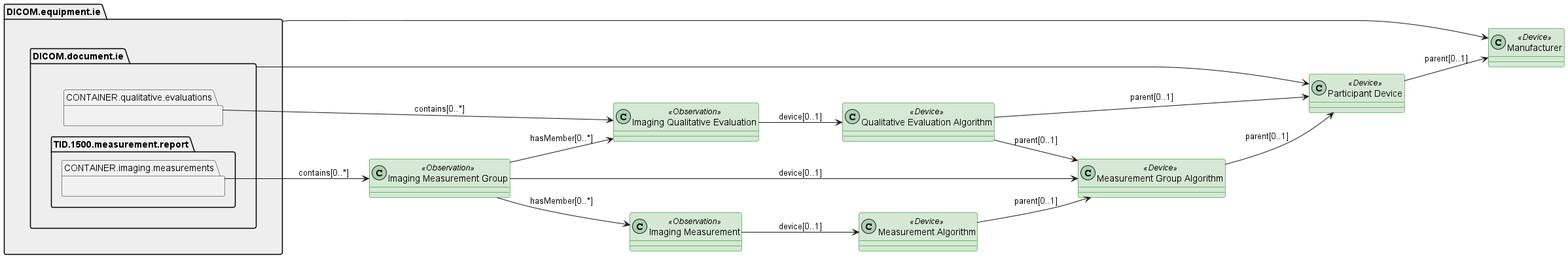
Before: input/images/dicom_sr_device.png, a diagram exported from PlantUML (HL7/dicom-sr). Source of this version:
```plantuml
@startuml dicom_sr_device
left to right direction

class "Manufacturer" as EquipmentDevice <<Device>> #d5e8d4 ##green
class "Participant Device" as DocumentDevice <<Device>> #d5e8d4 ##green
class "Measurement Group Algorithm" as MeasurementGroupDevice <<Device>> #d5e8d4 ##green
class "Measurement Algorithm" as MeasurementDevice <<Device>> #d5e8d4 ##green
class "Qualitative Evaluation Algorithm" as QualitativeDevice <<Device>> #d5e8d4 ##green

class "Imaging Measurement Group" as ImagingMeasurementGroup <<Observation>> #d5e8d4 ##green
class "Imaging Measurement" as ImagingMeasurement <<Observation>> #d5e8d4 ##green
class "Imaging Qualitative Evaluation" as ImagingQualitativeEvaluation <<Observation>> #d5e8d4 ##green


package DICOM.equipment.ie #EEEEEE {
    package DICOM.document.ie #EEEEEE {
        package TID.1500.measurement.report #EEEEEE {
            package CONTAINER.imaging.measurements {
            }
        }
            package CONTAINER.qualitative.evaluations {
            }
    }
}

DICOM.equipment.ie --> EquipmentDevice
DICOM.document.ie --> DocumentDevice

CONTAINER.imaging.measurements --> ImagingMeasurementGroup : contains[0..*]
CONTAINER.qualitative.evaluations --> ImagingQualitativeEvaluation : contains[0..*]

ImagingMeasurementGroup --> ImagingMeasurement : hasMember[0..*]
ImagingMeasurementGroup --> ImagingQualitativeEvaluation : hasMember[0..*]
ImagingMeasurementGroup --> MeasurementGroupDevice : device[0..1]

ImagingMeasurement --> MeasurementDevice : device[0..1]

ImagingQualitativeEvaluation --> QualitativeDevice : device[0..1]

MeasurementDevice --> MeasurementGroupDevice : parent[0..1]
MeasurementGroupDevice --> DocumentDevice : parent[0..1]
QualitativeDevice --> DocumentDevice : parent[0..1]
QualitativeDevice --> MeasurementGroupDevice : parent[0..1]
DocumentDevice --> EquipmentDevice : parent[0..1]

@enduml
```
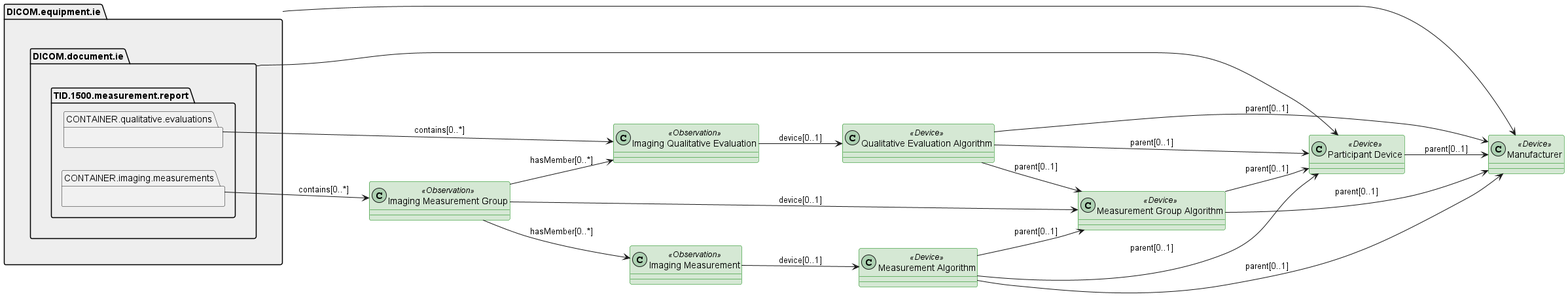
The same diagram one commit later.

Change to the diagram source:
```diff
@@ -17,9 +17,9 @@
         package TID.1500.measurement.report #EEEEEE {
             package CONTAINER.imaging.measurements {
             }
-        }
             package CONTAINER.qualitative.evaluations {
             }
+        }
     }
 }
 
@@ -38,9 +38,16 @@
 ImagingQualitativeEvaluation --> QualitativeDevice : device[0..1]
 
 MeasurementDevice --> MeasurementGroupDevice : parent[0..1]
+MeasurementDevice --> DocumentDevice : parent[0..1]
+MeasurementDevice --> EquipmentDevice : parent[0..1]
+
 MeasurementGroupDevice --> DocumentDevice : parent[0..1]
+MeasurementGroupDevice --> EquipmentDevice : parent[0..1]
+
+QualitativeDevice --> MeasurementGroupDevice : parent[0..1]
 QualitativeDevice --> DocumentDevice : parent[0..1]
-QualitativeDevice --> MeasurementGroupDevice : parent[0..1]
+QualitativeDevice --> EquipmentDevice : parent[0..1]
+
 DocumentDevice --> EquipmentDevice : parent[0..1]
 
 @enduml
```
